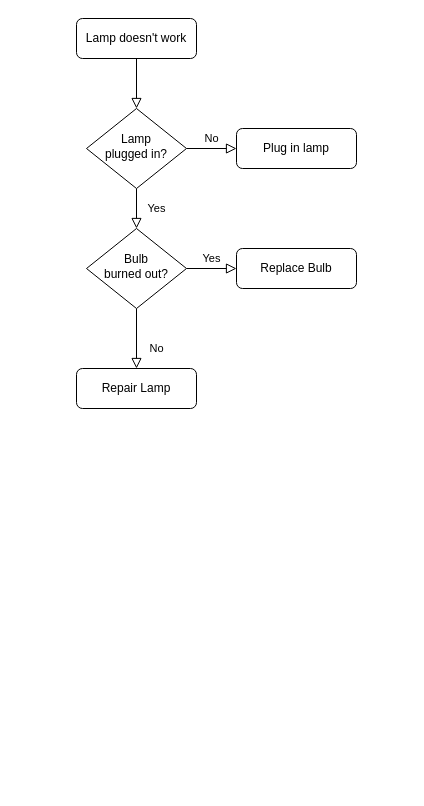
Before: Untitled Diagram.drawio in Ravenofshadow999/ZAMP, a draw.io diagram. Source tidied: cells renumbered, new cells numbered last; positions are measured from the earlier drawing's top-left corner, leaving out a move shared by most shapes. Both pictures are drawn from the tidied source at 100%, with x=0, y=0 at pixel (76, 18).
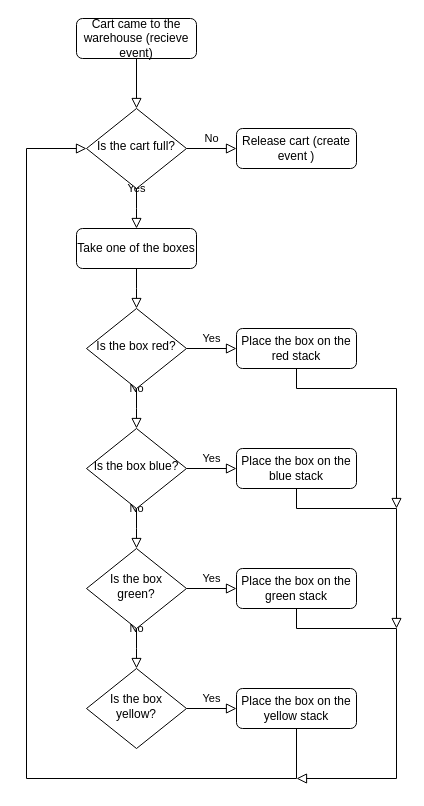
Above is the later version.

What changed in the source:
```diff
@@
-    <mxCell id="3" value="Lamp doesn't work" style="rounded=1;whiteSpace=wrap;html=1;fontSize=12;glass=0;strokeWidth=1;shadow=0;" parent="1" vertex="1">
+    <mxCell id="3" value="Cart came to the warehouse (recieve event)" style="rounded=1;whiteSpace=wrap;html=1;fontSize=12;glass=0;strokeWidth=1;shadow=0;" parent="1" vertex="1">
       <mxGeometry width="120" height="40" as="geometry" />
     </mxCell>
-    <mxCell id="4" value="Yes" style="rounded=0;html=1;jettySize=auto;fontSize=11;endArrow=block;endFill=0;endSize=8;strokeWidth=1;shadow=0;labelBackgroundColor=none;edgeStyle=orthogonalEdgeStyle;" parent="1" edge="1" source="6" target="10">
-      <mxGeometry y="20" relative="1" as="geometry" />
+    <mxCell id="4" value="Yes" style="rounded=0;html=1;jettySize=auto;fontSize=11;endArrow=block;endFill=0;endSize=8;strokeWidth=1;shadow=0;labelBackgroundColor=none;edgeStyle=orthogonalEdgeStyle;" parent="1" edge="1" source="6">
+      <mxGeometry y="20" relative="1" as="geometry">
+        <mxPoint x="60" y="210" as="targetPoint" />
+      </mxGeometry>
     </mxCell>
@@
-    <mxCell id="6" value="Lamp&lt;br&gt;plugged in?" style="rhombus;whiteSpace=wrap;html=1;shadow=0;fontFamily=Helvetica;fontSize=12;align=center;strokeWidth=1;spacing=6;spacingTop=-4;" parent="1" vertex="1">
+    <mxCell id="6" value="Is the cart full?" style="rhombus;whiteSpace=wrap;html=1;shadow=0;fontFamily=Helvetica;fontSize=12;align=center;strokeWidth=1;spacing=6;spacingTop=-4;" parent="1" vertex="1">
       <mxGeometry x="10" y="90" width="100" height="80" as="geometry" />
     </mxCell>
-    <mxCell id="7" value="Plug in lamp" style="rounded=1;whiteSpace=wrap;html=1;fontSize=12;glass=0;strokeWidth=1;shadow=0;" parent="1" vertex="1">
+    <mxCell id="7" value="Release cart (create event )" style="rounded=1;whiteSpace=wrap;html=1;fontSize=12;glass=0;strokeWidth=1;shadow=0;" parent="1" vertex="1">
       <mxGeometry x="160" y="110" width="120" height="40" as="geometry" />
     </mxCell>
-    <mxCell id="8" value="No" style="rounded=0;html=1;jettySize=auto;fontSize=11;endArrow=block;endFill=0;endSize=8;strokeWidth=1;shadow=0;labelBackgroundColor=none;edgeStyle=orthogonalEdgeStyle;" parent="1" edge="1" source="10" target="11">
-      <mxGeometry x="0.33" y="20" relative="1" as="geometry" />
-    </mxCell>
-    <mxCell id="9" value="Yes" style="edgeStyle=orthogonalEdgeStyle;rounded=0;html=1;jettySize=auto;fontSize=11;endArrow=block;endFill=0;endSize=8;strokeWidth=1;shadow=0;labelBackgroundColor=none;" parent="1" edge="1" source="10" target="12">
-      <mxGeometry y="10" relative="1" as="geometry" />
-    </mxCell>
-    <mxCell id="10" value="Bulb&lt;br&gt;burned out?" style="rhombus;whiteSpace=wrap;html=1;shadow=0;fontFamily=Helvetica;fontSize=12;align=center;strokeWidth=1;spacing=6;spacingTop=-4;" parent="1" vertex="1">
-      <mxGeometry x="10" y="210" width="100" height="80" as="geometry" />
-    </mxCell>
-    <mxCell id="11" value="Repair Lamp" style="rounded=1;whiteSpace=wrap;html=1;fontSize=12;glass=0;strokeWidth=1;shadow=0;" parent="1" vertex="1">
-      <mxGeometry y="350" width="120" height="40" as="geometry" />
-    </mxCell>
-    <mxCell id="12" value="Replace Bulb" style="rounded=1;whiteSpace=wrap;html=1;fontSize=12;glass=0;strokeWidth=1;shadow=0;" parent="1" vertex="1">
-      <mxGeometry x="160" y="230" width="120" height="40" as="geometry" />
-    </mxCell>
+    <mxCell id="13" value="&lt;div&gt;Take one of the boxes&lt;/div&gt;" style="rounded=1;whiteSpace=wrap;html=1;fontSize=12;glass=0;strokeWidth=1;shadow=0;" parent="1" vertex="1">
+      <mxGeometry y="210" width="120" height="40" as="geometry" />
+    </mxCell>
+    <mxCell id="14" style="rounded=0;html=1;jettySize=auto;fontSize=11;endArrow=block;endFill=0;endSize=8;strokeWidth=1;shadow=0;labelBackgroundColor=none;edgeStyle=orthogonalEdgeStyle;exitX=0.5;exitY=1;exitDx=0;exitDy=0;entryX=0.5;entryY=0;entryDx=0;entryDy=0;" parent="1" edge="1" source="13">
+      <mxGeometry relative="1" as="geometry">
+        <mxPoint x="60" y="290" as="targetPoint" />
+      </mxGeometry>
+    </mxCell>
+    <mxCell id="15" value="No" style="rounded=0;html=1;jettySize=auto;fontSize=11;endArrow=block;endFill=0;endSize=8;strokeWidth=1;shadow=0;labelBackgroundColor=none;edgeStyle=orthogonalEdgeStyle;" parent="1" edge="1" source="17">
+      <mxGeometry y="20" relative="1" as="geometry">
+        <mxPoint x="60" y="410" as="targetPoint" />
+      </mxGeometry>
+    </mxCell>
+    <mxCell id="16" value="Yes" style="edgeStyle=orthogonalEdgeStyle;rounded=0;html=1;jettySize=auto;fontSize=11;endArrow=block;endFill=0;endSize=8;strokeWidth=1;shadow=0;labelBackgroundColor=none;" parent="1" edge="1" source="17" target="18">
+      <mxGeometry y="10" relative="1" as="geometry" />
+    </mxCell>
+    <mxCell id="17" value="Is the box red?" style="rhombus;whiteSpace=wrap;html=1;shadow=0;fontFamily=Helvetica;fontSize=12;align=center;strokeWidth=1;spacing=6;spacingTop=-4;" parent="1" vertex="1">
+      <mxGeometry x="10" y="290" width="100" height="80" as="geometry" />
+    </mxCell>
+    <mxCell id="18" value="Place the box on the red stack" style="rounded=1;whiteSpace=wrap;html=1;fontSize=12;glass=0;strokeWidth=1;shadow=0;" parent="1" vertex="1">
+      <mxGeometry x="160" y="310" width="120" height="40" as="geometry" />
+    </mxCell>
+    <mxCell id="19" value="No" style="rounded=0;html=1;jettySize=auto;fontSize=11;endArrow=block;endFill=0;endSize=8;strokeWidth=1;shadow=0;labelBackgroundColor=none;edgeStyle=orthogonalEdgeStyle;" parent="1" edge="1" source="21">
+      <mxGeometry y="20" relative="1" as="geometry">
+        <mxPoint x="60" y="530" as="targetPoint" />
+      </mxGeometry>
+    </mxCell>
+    <mxCell id="20" value="Yes" style="edgeStyle=orthogonalEdgeStyle;rounded=0;html=1;jettySize=auto;fontSize=11;endArrow=block;endFill=0;endSize=8;strokeWidth=1;shadow=0;labelBackgroundColor=none;" parent="1" edge="1" source="21" target="22">
+      <mxGeometry y="10" relative="1" as="geometry" />
+    </mxCell>
+    <mxCell id="21" value="Is the box blue?" style="rhombus;whiteSpace=wrap;html=1;shadow=0;fontFamily=Helvetica;fontSize=12;align=center;strokeWidth=1;spacing=6;spacingTop=-4;" parent="1" vertex="1">
+      <mxGeometry x="10" y="410" width="100" height="80" as="geometry" />
+    </mxCell>
+    <mxCell id="22" value="Place the box on the blue stack" style="rounded=1;whiteSpace=wrap;html=1;fontSize=12;glass=0;strokeWidth=1;shadow=0;" parent="1" vertex="1">
+      <mxGeometry x="160" y="430" width="120" height="40" as="geometry" />
+    </mxCell>
+    <mxCell id="23" value="No" style="rounded=0;html=1;jettySize=auto;fontSize=11;endArrow=block;endFill=0;endSize=8;strokeWidth=1;shadow=0;labelBackgroundColor=none;edgeStyle=orthogonalEdgeStyle;" parent="1" edge="1" source="25">
+      <mxGeometry y="20" relative="1" as="geometry">
+        <mxPoint x="60" y="650" as="targetPoint" />
+      </mxGeometry>
+    </mxCell>
+    <mxCell id="24" value="Yes" style="edgeStyle=orthogonalEdgeStyle;rounded=0;html=1;jettySize=auto;fontSize=11;endArrow=block;endFill=0;endSize=8;strokeWidth=1;shadow=0;labelBackgroundColor=none;" parent="1" edge="1" source="25" target="26">
+      <mxGeometry y="10" relative="1" as="geometry" />
+    </mxCell>
+    <mxCell id="25" value="Is the box green?" style="rhombus;whiteSpace=wrap;html=1;shadow=0;fontFamily=Helvetica;fontSize=12;align=center;strokeWidth=1;spacing=6;spacingTop=-4;" parent="1" vertex="1">
+      <mxGeometry x="10" y="530" width="100" height="80" as="geometry" />
+    </mxCell>
+    <mxCell id="26" value="Place the box on the green stack" style="rounded=1;whiteSpace=wrap;html=1;fontSize=12;glass=0;strokeWidth=1;shadow=0;" parent="1" vertex="1">
+      <mxGeometry x="160" y="550" width="120" height="40" as="geometry" />
+    </mxCell>
+    <mxCell id="27" value="Yes" style="edgeStyle=orthogonalEdgeStyle;rounded=0;html=1;jettySize=auto;fontSize=11;endArrow=block;endFill=0;endSize=8;strokeWidth=1;shadow=0;labelBackgroundColor=none;" parent="1" edge="1" source="28" target="29">
+      <mxGeometry y="10" relative="1" as="geometry" />
+    </mxCell>
+    <mxCell id="28" value="Is the box yellow?" style="rhombus;whiteSpace=wrap;html=1;shadow=0;fontFamily=Helvetica;fontSize=12;align=center;strokeWidth=1;spacing=6;spacingTop=-4;" parent="1" vertex="1">
+      <mxGeometry x="10" y="650" width="100" height="80" as="geometry" />
+    </mxCell>
+    <mxCell id="29" value="Place the box on the yellow stack" style="rounded=1;whiteSpace=wrap;html=1;fontSize=12;glass=0;strokeWidth=1;shadow=0;" parent="1" vertex="1">
+      <mxGeometry x="160" y="670" width="120" height="40" as="geometry" />
+    </mxCell>
+    <mxCell id="30" style="rounded=0;html=1;jettySize=auto;fontSize=11;endArrow=block;endFill=0;endSize=8;strokeWidth=1;shadow=0;labelBackgroundColor=none;edgeStyle=orthogonalEdgeStyle;entryX=0;entryY=0.5;entryDx=0;entryDy=0;exitX=0.5;exitY=1;exitDx=0;exitDy=0;" parent="1" edge="1" source="29" target="6">
+      <mxGeometry relative="1" as="geometry">
+        <Array as="points">
+          <mxPoint x="220" y="760" />
+          <mxPoint x="-50" y="760" />
+          <mxPoint x="-50" y="130" />
+        </Array>
+      </mxGeometry>
+    </mxCell>
+    <mxCell id="31" style="rounded=0;html=1;jettySize=auto;fontSize=11;endArrow=block;endFill=0;endSize=8;strokeWidth=1;shadow=0;labelBackgroundColor=none;edgeStyle=orthogonalEdgeStyle;exitX=0.5;exitY=1;exitDx=0;exitDy=0;" parent="1" edge="1" source="18">
+      <mxGeometry relative="1" as="geometry">
+        <mxPoint x="320" y="490" as="targetPoint" />
+        <Array as="points">
+          <mxPoint x="220" y="370" />
+          <mxPoint x="320" y="370" />
+        </Array>
+      </mxGeometry>
+    </mxCell>
+    <mxCell id="32" style="rounded=0;html=1;jettySize=auto;fontSize=11;endArrow=block;endFill=0;endSize=8;strokeWidth=1;shadow=0;labelBackgroundColor=none;edgeStyle=orthogonalEdgeStyle;exitX=0.5;exitY=1;exitDx=0;exitDy=0;" parent="1" edge="1" source="22">
+      <mxGeometry relative="1" as="geometry">
+        <mxPoint x="320" y="610" as="targetPoint" />
+        <Array as="points">
+          <mxPoint x="220" y="490" />
+          <mxPoint x="320" y="490" />
+        </Array>
+      </mxGeometry>
+    </mxCell>
+    <mxCell id="33" style="rounded=0;html=1;jettySize=auto;fontSize=11;endArrow=block;endFill=0;endSize=8;strokeWidth=1;shadow=0;labelBackgroundColor=none;edgeStyle=orthogonalEdgeStyle;exitX=0.5;exitY=1;exitDx=0;exitDy=0;" parent="1" edge="1" source="26">
+      <mxGeometry relative="1" as="geometry">
+        <mxPoint x="220" y="760" as="targetPoint" />
+        <Array as="points">
+          <mxPoint x="220" y="610" />
+          <mxPoint x="320" y="610" />
+          <mxPoint x="320" y="760" />
+        </Array>
+      </mxGeometry>
+    </mxCell>
```
